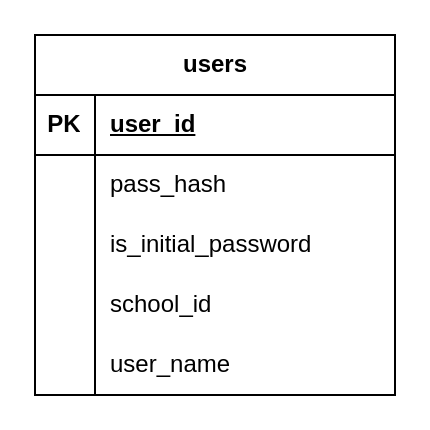
This is docs/db-er.dio from kuwaharu-git/school-app, a draw.io file, before an edit. Source tidied: cells renumbered, new cells numbered last; positions are measured from the earlier drawing's top-left corner, leaving out a move shared by most shapes. Both pictures are drawn from the tidied source at 200%, with x=0, y=0 at pixel (34, 34).
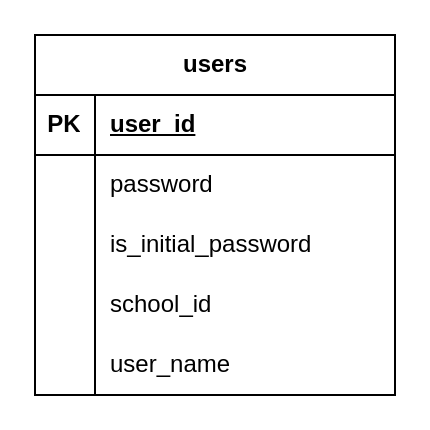
After the change.

Commit message:
pass_hashをpasswordに変更

Diff of the diagram source:
```diff
@@
 <mxGraphModel>
   <root>
     <mxCell id="0" />
     <mxCell id="1" parent="0" />
     <mxCell id="2" value="users" style="shape=table;startSize=30;childLayout=tableLayout;rowLines=0;fontStyle=1;align=center;html=1;" parent="1" vertex="1">
       <mxGeometry width="180" height="180" as="geometry" />
     </mxCell>
     <mxCell id="3" style="shape=tableRow;horizontal=0;startSize=0;swimlaneHead=0;swimlaneBody=0;fillColor=none;top=0;left=0;right=0;bottom=1;" parent="2" vertex="1">
       <mxGeometry y="30" width="180" height="30" as="geometry" />
     </mxCell>
     <mxCell id="4" value="PK" style="shape=partialRectangle;fillColor=none;top=0;left=0;bottom=0;right=0;fontStyle=1;overflow=hidden;whiteSpace=wrap;html=1;" parent="3" vertex="1">
       <mxGeometry width="30" height="30" as="geometry" />
     </mxCell>
     <mxCell id="5" value="user_id" style="shape=partialRectangle;fillColor=none;top=0;left=0;bottom=0;right=0;align=left;spacingLeft=6;fontStyle=5;overflow=hidden;whiteSpace=wrap;html=1;" parent="3" vertex="1">
       <mxGeometry x="30" width="150" height="30" as="geometry" />
     </mxCell>
     <mxCell id="6" style="shape=tableRow;horizontal=0;startSize=0;swimlaneHead=0;swimlaneBody=0;fillColor=none;top=0;left=0;right=0;bottom=0;" parent="2" vertex="1">
       <mxGeometry y="60" width="180" height="30" as="geometry" />
     </mxCell>
     <mxCell id="7" style="shape=partialRectangle;fillColor=none;top=0;left=0;bottom=0;right=0;overflow=hidden;whiteSpace=wrap;html=1;" parent="6" vertex="1">
       <mxGeometry width="30" height="30" as="geometry" />
     </mxCell>
-    <mxCell id="8" value="pass_hash" style="shape=partialRectangle;fillColor=none;top=0;left=0;bottom=0;right=0;align=left;spacingLeft=6;overflow=hidden;whiteSpace=wrap;html=1;" parent="6" vertex="1">
+    <mxCell id="8" value="password" style="shape=partialRectangle;fillColor=none;top=0;left=0;bottom=0;right=0;align=left;spacingLeft=6;overflow=hidden;whiteSpace=wrap;html=1;" parent="6" vertex="1">
       <mxGeometry x="30" width="150" height="30" as="geometry" />
     </mxCell>
     <mxCell id="9" style="shape=tableRow;horizontal=0;startSize=0;swimlaneHead=0;swimlaneBody=0;fillColor=none;top=0;left=0;right=0;bottom=0;" parent="2" vertex="1">
       <mxGeometry y="90" width="180" height="30" as="geometry" />
     </mxCell>
     <mxCell id="10" style="shape=partialRectangle;fillColor=none;top=0;left=0;bottom=0;right=0;overflow=hidden;whiteSpace=wrap;html=1;" parent="9" vertex="1">
       <mxGeometry width="30" height="30" as="geometry" />
     </mxCell>
     <mxCell id="11" value="is_initial_password" style="shape=partialRectangle;fillColor=none;top=0;left=0;bottom=0;right=0;align=left;spacingLeft=6;overflow=hidden;whiteSpace=wrap;html=1;" parent="9" vertex="1">
       <mxGeometry x="30" width="150" height="30" as="geometry" />
     </mxCell>
     <mxCell id="12" style="shape=tableRow;horizontal=0;startSize=0;swimlaneHead=0;swimlaneBody=0;fillColor=none;top=0;left=0;right=0;bottom=0;" parent="2" vertex="1">
       <mxGeometry y="120" width="180" height="30" as="geometry" />
     </mxCell>
     <mxCell id="13" style="shape=partialRectangle;fillColor=none;top=0;left=0;bottom=0;right=0;overflow=hidden;whiteSpace=wrap;html=1;" parent="12" vertex="1">
       <mxGeometry width="30" height="30" as="geometry" />
     </mxCell>
     <mxCell id="14" value="school_id" style="shape=partialRectangle;fillColor=none;top=0;left=0;bottom=0;right=0;align=left;spacingLeft=6;overflow=hidden;whiteSpace=wrap;html=1;" parent="12" vertex="1">
       <mxGeometry x="30" width="150" height="30" as="geometry" />
     </mxCell>
     <mxCell id="15" style="shape=tableRow;horizontal=0;startSize=0;swimlaneHead=0;swimlaneBody=0;fillColor=none;top=0;left=0;right=0;bottom=0;" parent="2" vertex="1">
       <mxGeometry y="150" width="180" height="30" as="geometry" />
     </mxCell>
     <mxCell id="16" style="shape=partialRectangle;fillColor=none;top=0;left=0;bottom=0;right=0;overflow=hidden;whiteSpace=wrap;html=1;" parent="15" vertex="1">
       <mxGeometry width="30" height="30" as="geometry" />
     </mxCell>
     <mxCell id="17" value="user_name" style="shape=partialRectangle;fillColor=none;top=0;left=0;bottom=0;right=0;align=left;spacingLeft=6;overflow=hidden;whiteSpace=wrap;html=1;" parent="15" vertex="1">
       <mxGeometry x="30" width="150" height="30" as="geometry" />
     </mxCell>
   </root>
 </mxGraphModel>
```
